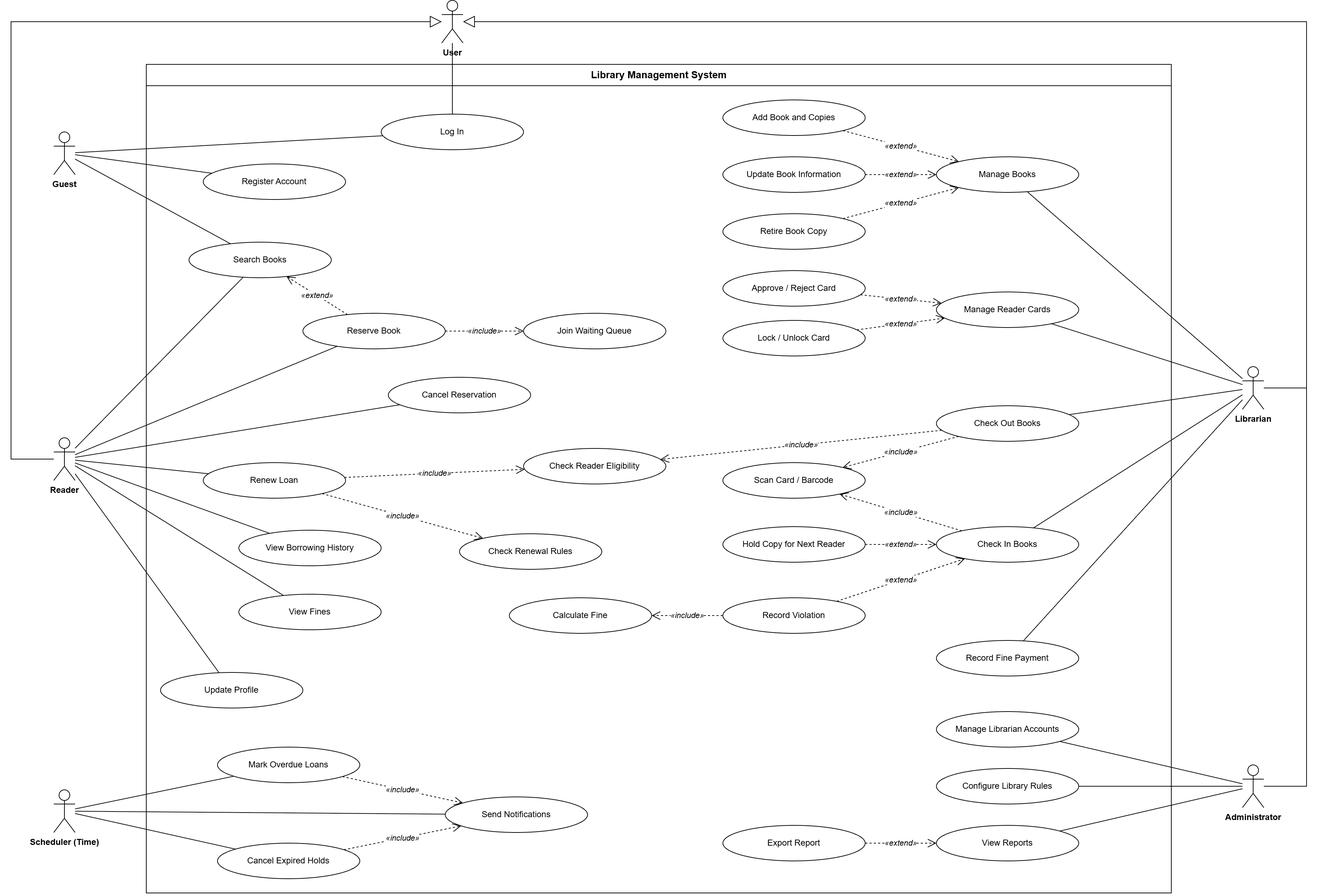
Earlier version of the draw.io export diagrams/use-case.png (duypht07-SE/Library-Management-System). Source tidied: cells renumbered, new cells last; positions are measured from the earlier drawing's top-left corner, leaving out a move shared by most shapes.
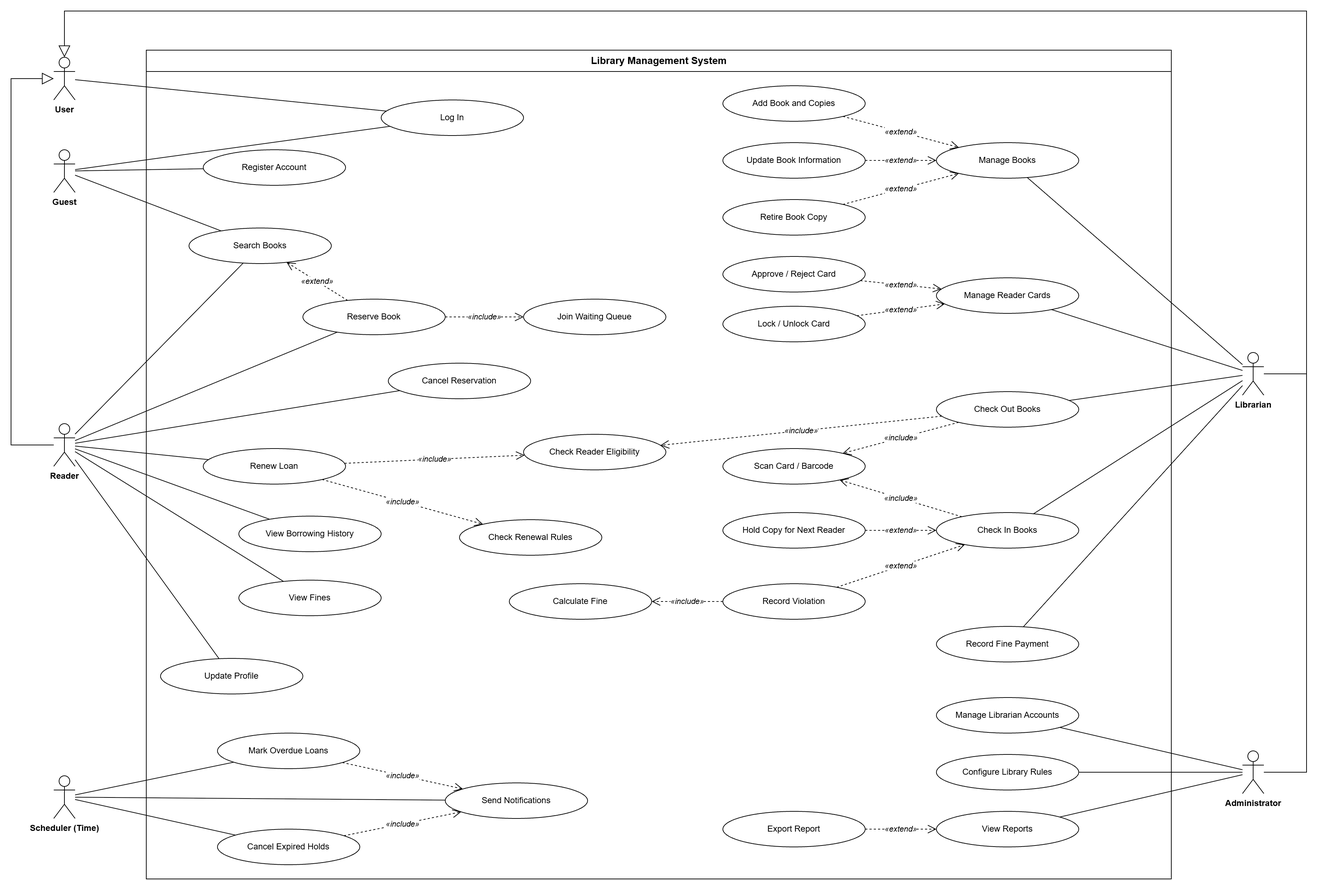
The same file after the commit.

Commit message:
Move User actor outside the system boundary in use case diagram

The edit, as a diff of the source:
```diff
@@ -6,10 +6,10 @@
       <mxGeometry x="190" y="90" width="1440" height="1165" as="geometry" />
     </mxCell>
     <mxCell id="3" value="User" style="shape=umlActor;verticalLabelPosition=bottom;verticalAlign=top;html=1;fontSize=12;fontStyle=1;fontFamily=Helvetica;fontColor=#000000;strokeColor=#000000;fillColor=#ffffff;" parent="1" vertex="1">
-      <mxGeometry x="605" width="30" height="60" as="geometry" />
+      <mxGeometry x="60" y="100" width="30" height="60" as="geometry" />
     </mxCell>
     <mxCell id="4" value="Guest" style="shape=umlActor;verticalLabelPosition=bottom;verticalAlign=top;html=1;fontSize=12;fontStyle=1;fontFamily=Helvetica;fontColor=#000000;strokeColor=#000000;fillColor=#ffffff;" parent="1" vertex="1">
-      <mxGeometry x="60" y="185" width="30" height="60" as="geometry" />
+      <mxGeometry x="60" y="230" width="30" height="60" as="geometry" />
     </mxCell>
     <mxCell id="5" value="Reader" style="shape=umlActor;verticalLabelPosition=bottom;verticalAlign=top;html=1;fontSize=12;fontStyle=1;fontFamily=Helvetica;fontColor=#000000;strokeColor=#000000;fillColor=#ffffff;" parent="1" vertex="1">
       <mxGeometry x="60" y="615" width="30" height="60" as="geometry" />
@@ -131,7 +131,7 @@
     <mxCell id="44" style="html=1;rounded=0;strokeColor=#000000;fontColor=#000000;fontFamily=Helvetica;endArrow=none;" parent="1" edge="1" source="4" target="11">
       <mxGeometry relative="1" as="geometry" />
     </mxCell>
-    <mxCell id="45" style="html=1;rounded=0;strokeColor=#000000;fontColor=#000000;fontFamily=Helvetica;endArrow=none;exitX=0.5;exitY=1;exitDy=20;" parent="1" edge="1" source="3" target="9">
+    <mxCell id="45" style="html=1;rounded=0;strokeColor=#000000;fontColor=#000000;fontFamily=Helvetica;endArrow=none;" parent="1" edge="1" source="3" target="9">
       <mxGeometry relative="1" as="geometry" />
     </mxCell>
     <mxCell id="46" style="html=1;rounded=0;strokeColor=#000000;fontColor=#000000;fontFamily=Helvetica;endArrow=none;" parent="1" edge="1" source="5" target="11">
@@ -246,23 +246,25 @@
       <mxGeometry relative="1" as="geometry">
         <Array as="points">
           <mxPoint y="645" />
-          <mxPoint y="30" />
+          <mxPoint y="130" />
         </Array>
       </mxGeometry>
     </mxCell>
-    <mxCell id="83" style="html=1;rounded=0;strokeColor=#000000;fontColor=#000000;fontFamily=Helvetica;edgeStyle=orthogonalEdgeStyle;endArrow=block;endFill=0;endSize=14;exitX=1;exitY=0.5;entryX=1;entryY=0.5;" parent="1" edge="1" source="7" target="3">
+    <mxCell id="83" style="html=1;rounded=0;strokeColor=#000000;fontColor=#000000;fontFamily=Helvetica;edgeStyle=orthogonalEdgeStyle;endArrow=block;endFill=0;endSize=14;exitX=1;exitY=0.5;entryX=0.5;entryY=0;" parent="1" edge="1" source="7" target="3">
       <mxGeometry relative="1" as="geometry">
         <Array as="points">
           <mxPoint x="1820" y="545" />
-          <mxPoint x="1820" y="30" />
+          <mxPoint x="1820" y="35" />
+          <mxPoint x="75" y="35" />
         </Array>
       </mxGeometry>
     </mxCell>
-    <mxCell id="84" style="html=1;rounded=0;strokeColor=#000000;fontColor=#000000;fontFamily=Helvetica;edgeStyle=orthogonalEdgeStyle;endArrow=block;endFill=0;endSize=14;exitX=1;exitY=0.5;entryX=1;entryY=0.5;" parent="1" edge="1" source="8" target="3">
+    <mxCell id="84" style="html=1;rounded=0;strokeColor=#000000;fontColor=#000000;fontFamily=Helvetica;edgeStyle=orthogonalEdgeStyle;endArrow=block;endFill=0;endSize=14;exitX=1;exitY=0.5;entryX=0.5;entryY=0;" parent="1" edge="1" source="8" target="3">
       <mxGeometry relative="1" as="geometry">
         <Array as="points">
           <mxPoint x="1820" y="1105" />
-          <mxPoint x="1820" y="30" />
+          <mxPoint x="1820" y="35" />
+          <mxPoint x="75" y="35" />
         </Array>
       </mxGeometry>
     </mxCell>
```
